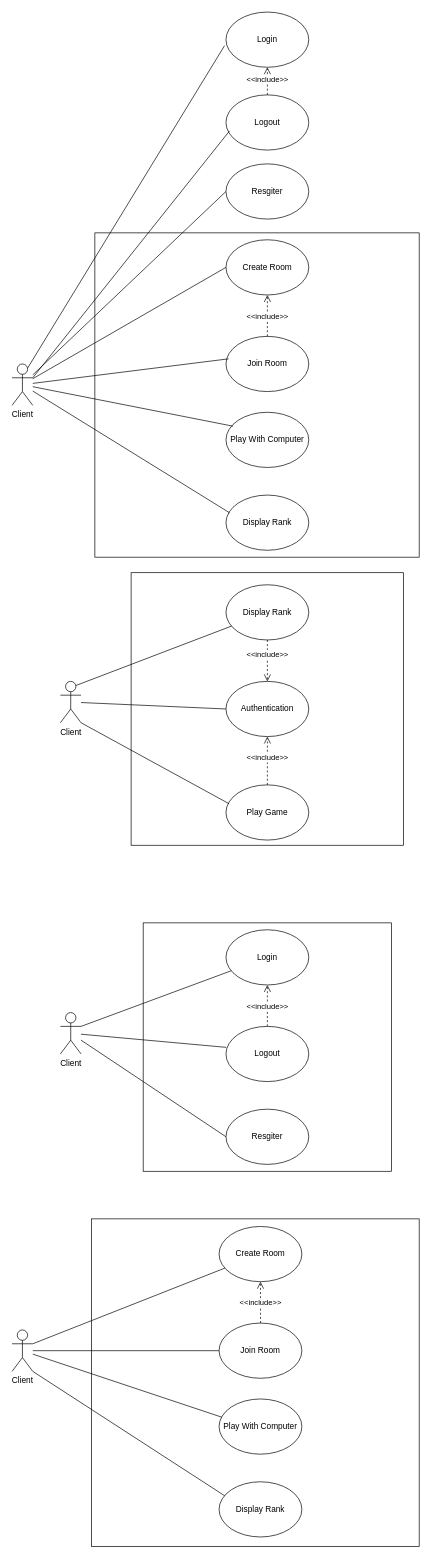
Earlier version of the draw.io diagram report/usecase.drawio (evmosss/Qt-DuoiHinhBatChu). Source tidied: cells renumbered, new cells numbered last; positions are measured from the earlier drawing's top-left corner, leaving out a move shared by most shapes. Both pictures are drawn from the tidied source at 69%, with x=0, y=0 at pixel (12, 12).
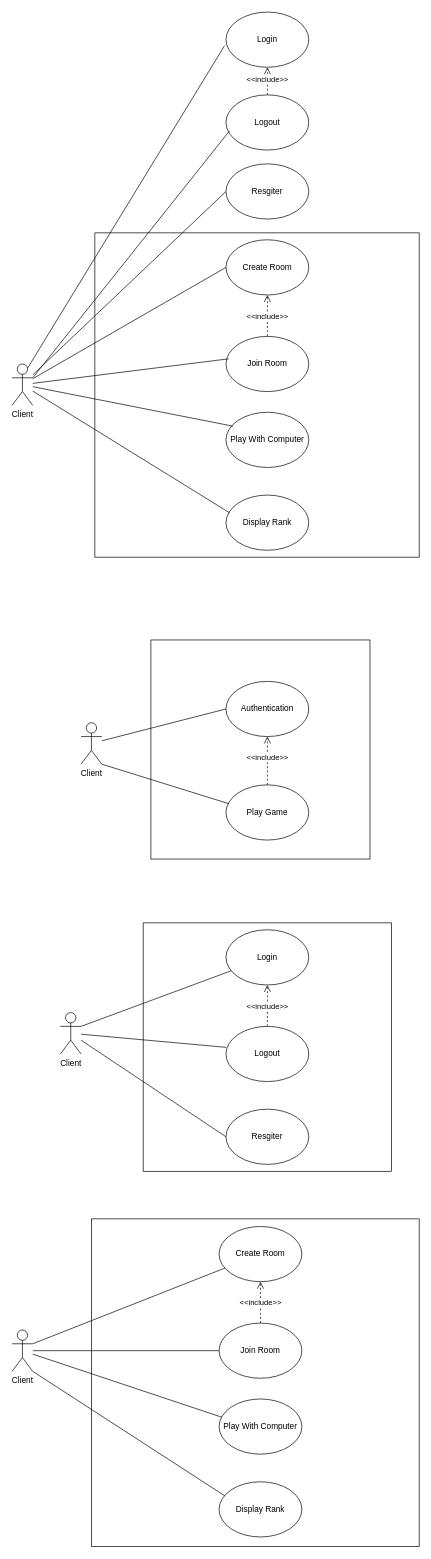
Above is the later version.

Unchanged cells that the change refers to:
```xml
<mxCell id="4" value="Authentication" style="ellipse;whiteSpace=wrap;html=1;" parent="1" vertex="1">
  <mxGeometry x="310" y="970" width="120" height="80" as="geometry" />
</mxCell>
```

What changed in the source:
```diff
@@
     <mxCell id="2" style="whiteSpace=wrap;html=1;" parent="1" vertex="1">
-      <mxGeometry x="172.5" y="812.5" width="395" height="395" as="geometry" />
+      <mxGeometry x="201.2" y="910" width="317.5" height="317.5" as="geometry" />
     </mxCell>
     <mxCell id="3" value="Client" style="shape=umlActor;verticalLabelPosition=bottom;verticalAlign=top;html=1;outlineConnect=0;" parent="1" vertex="1">
-      <mxGeometry x="70" y="970" width="30" height="60" as="geometry" />
+      <mxGeometry x="100" y="1030" width="30" height="60" as="geometry" />
     </mxCell>
@@
-    <mxCell id="6" value="Display Rank" style="ellipse;whiteSpace=wrap;html=1;" parent="1" vertex="1">
-      <mxGeometry x="310" y="830" width="120" height="80" as="geometry" />
-    </mxCell>
@@
-    <mxCell id="8" value="&amp;lt;&amp;lt;include&amp;gt;&amp;gt;" style="html=1;verticalAlign=bottom;endArrow=open;dashed=1;endSize=8;rounded=0;entryX=0.5;entryY=0;entryDx=0;entryDy=0;exitX=0.5;exitY=1;exitDx=0;exitDy=0;" parent="1" edge="1" source="6" target="4">
-      <mxGeometry relative="1" as="geometry" />
-    </mxCell>
-    <mxCell id="9" style="endArrow=none;html=1;rounded=0;exitX=0.75;exitY=0.1;exitDx=0;exitDy=0;exitPerimeter=0;" parent="1" edge="1" source="3" target="6">
-      <mxGeometry relative="1" as="geometry" />
-    </mxCell>
```
